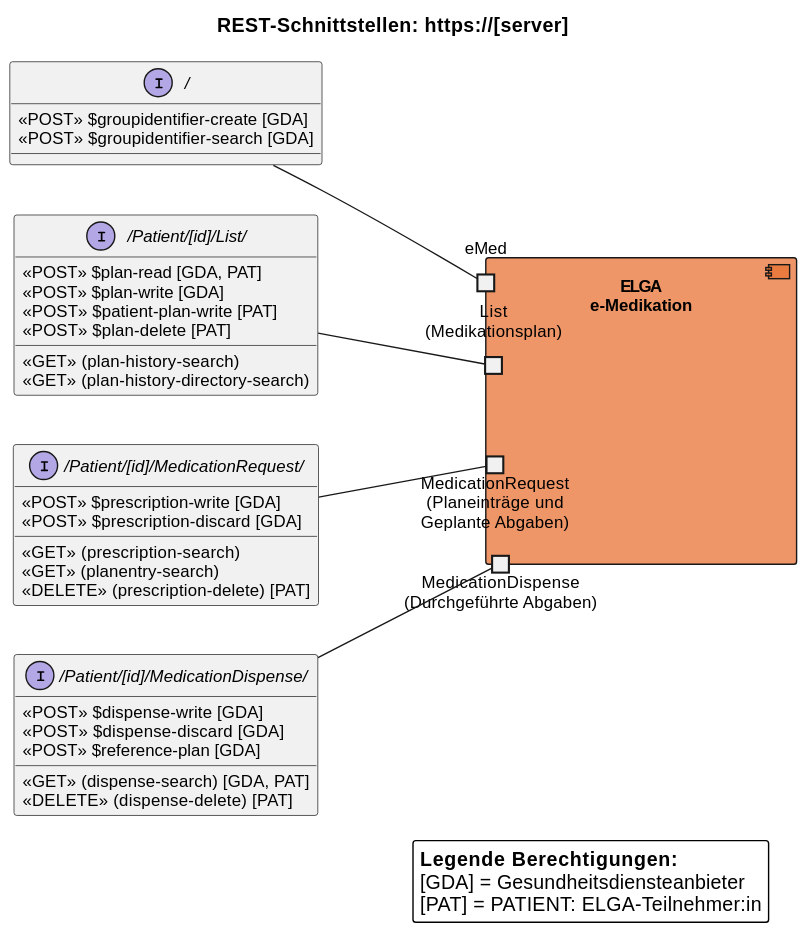
This is r4-ELGA-e-Medikation-main/plantuml/interaction_overview.svg from HL7Austria/hl7austria.github.io, a PlantUML export, as it was before one commit.
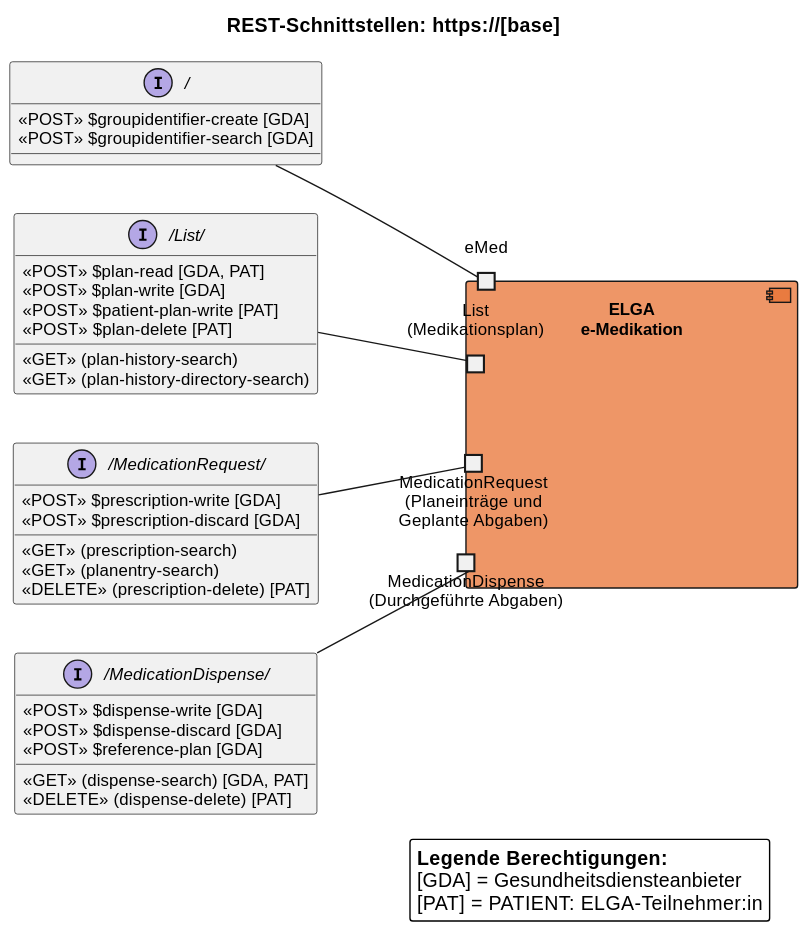
After the commit.

Diff of the diagram source:
```diff
@@ -26,7 +26,7 @@
 
 left to right direction
 
-title REST-Schnittstellen: https://[server]
+title REST-Schnittstellen: https://[base]
 
 
 interface "/" as IEmed {
@@ -34,7 +34,7 @@
   «POST» $groupidentifier-search [GDA]
 }
 
-interface "/Patient/[id]/List/" as IList {
+interface "/List/" as IList {
   «POST» $plan-read [GDA, PAT]
   «POST» $plan-write [GDA]
   «POST» $patient-plan-write [PAT]
@@ -43,7 +43,7 @@
   «GET» (plan-history-directory-search)
 }
 
-interface "/Patient/[id]/MedicationRequest/" as IMedicationRequest {
+interface "/MedicationRequest/" as IMedicationRequest {
   «POST» $prescription-write [GDA]
   «POST» $prescription-discard [GDA]
   «GET» (prescription-search)
@@ -51,7 +51,7 @@
   «DELETE» (prescription-delete) [PAT]
 }
 
-interface "/Patient/[id]/MedicationDispense/" as IDurchgAbgabe {
+interface "/MedicationDispense/" as IDurchgAbgabe {
   «POST» $dispense-write [GDA]
   «POST» $dispense-discard [GDA]
   «POST» $reference-plan [GDA]
```
